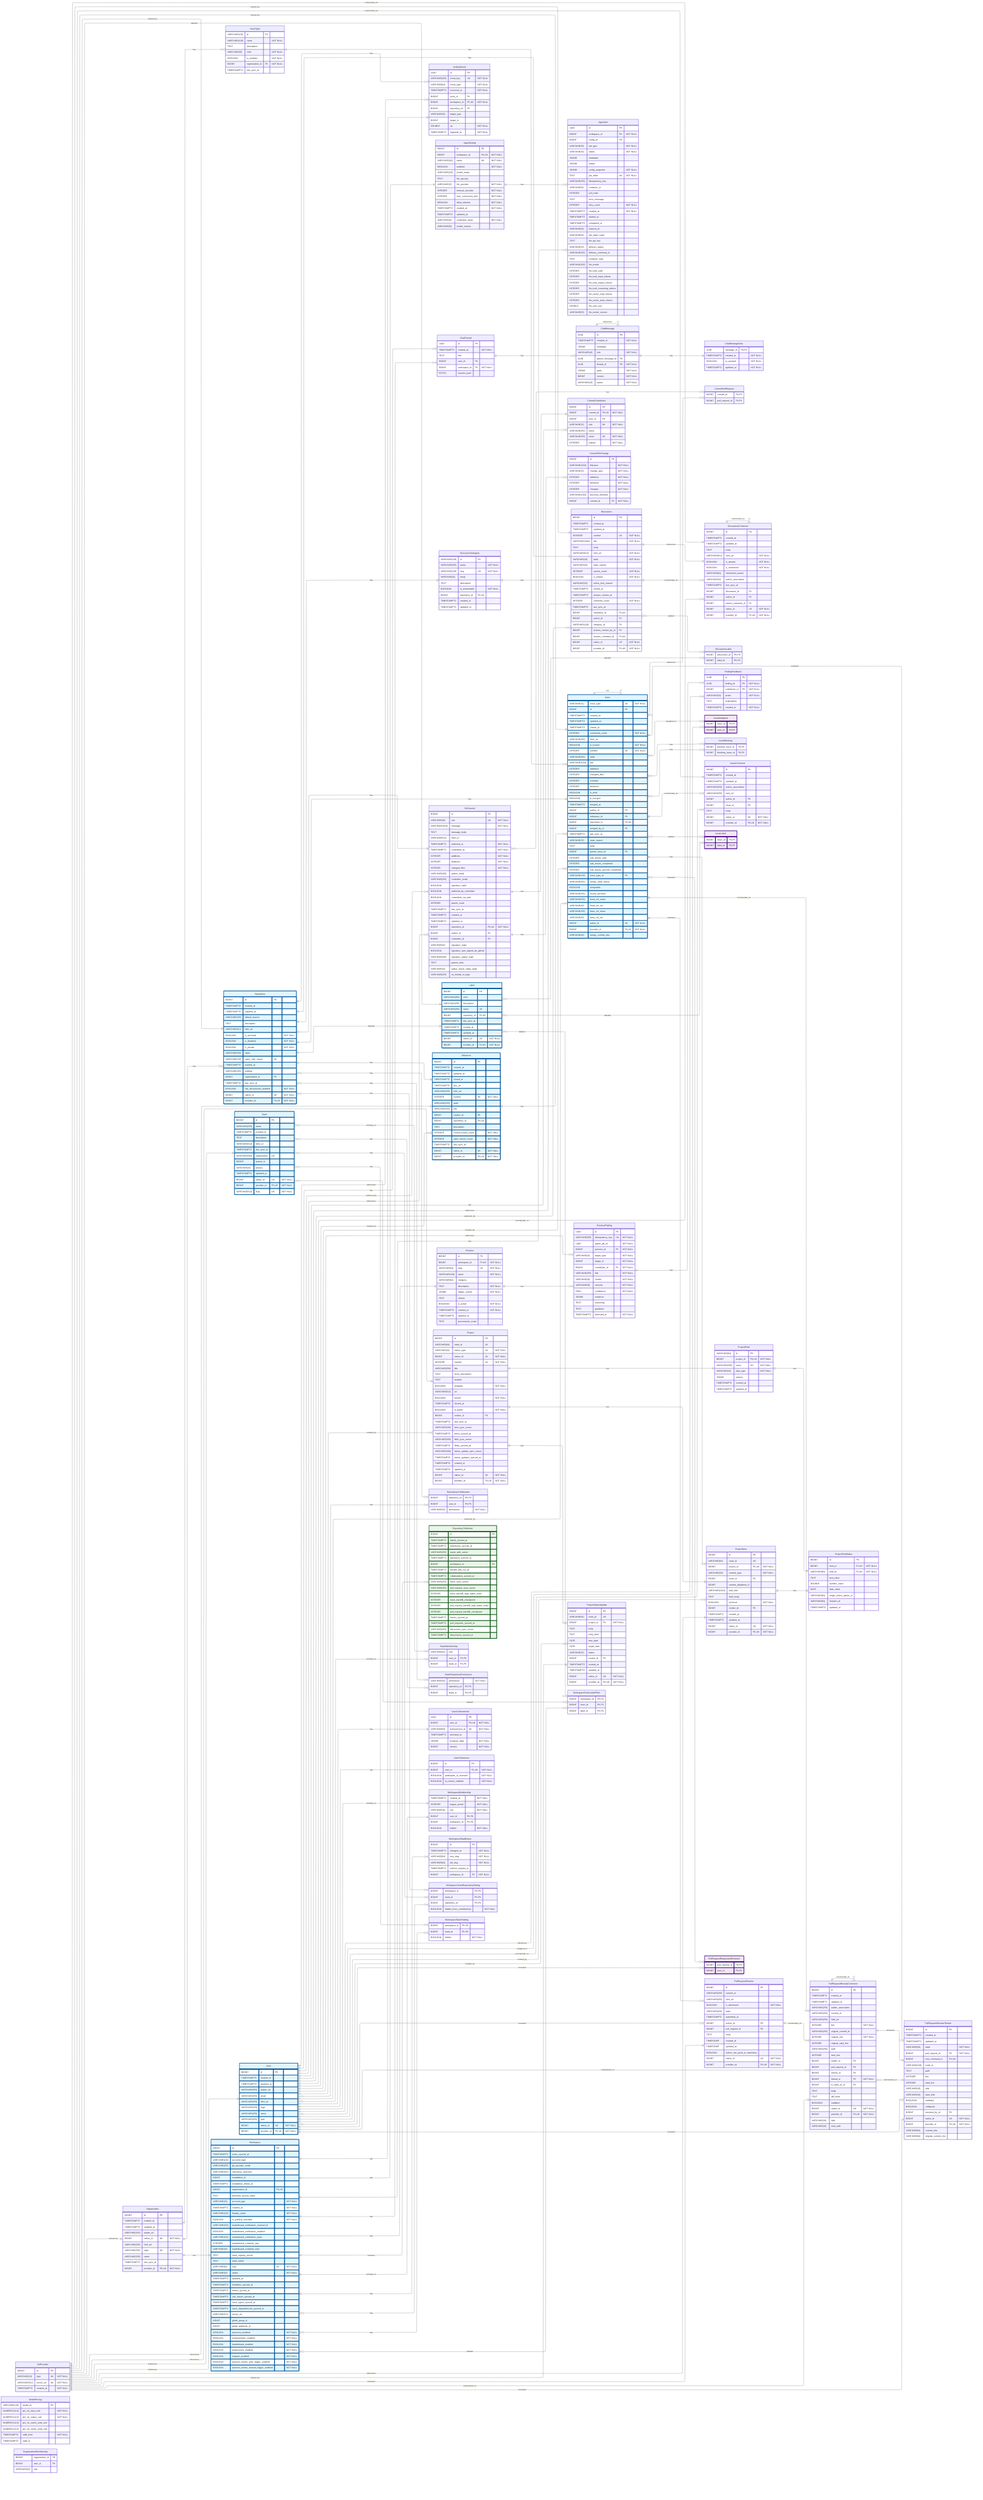
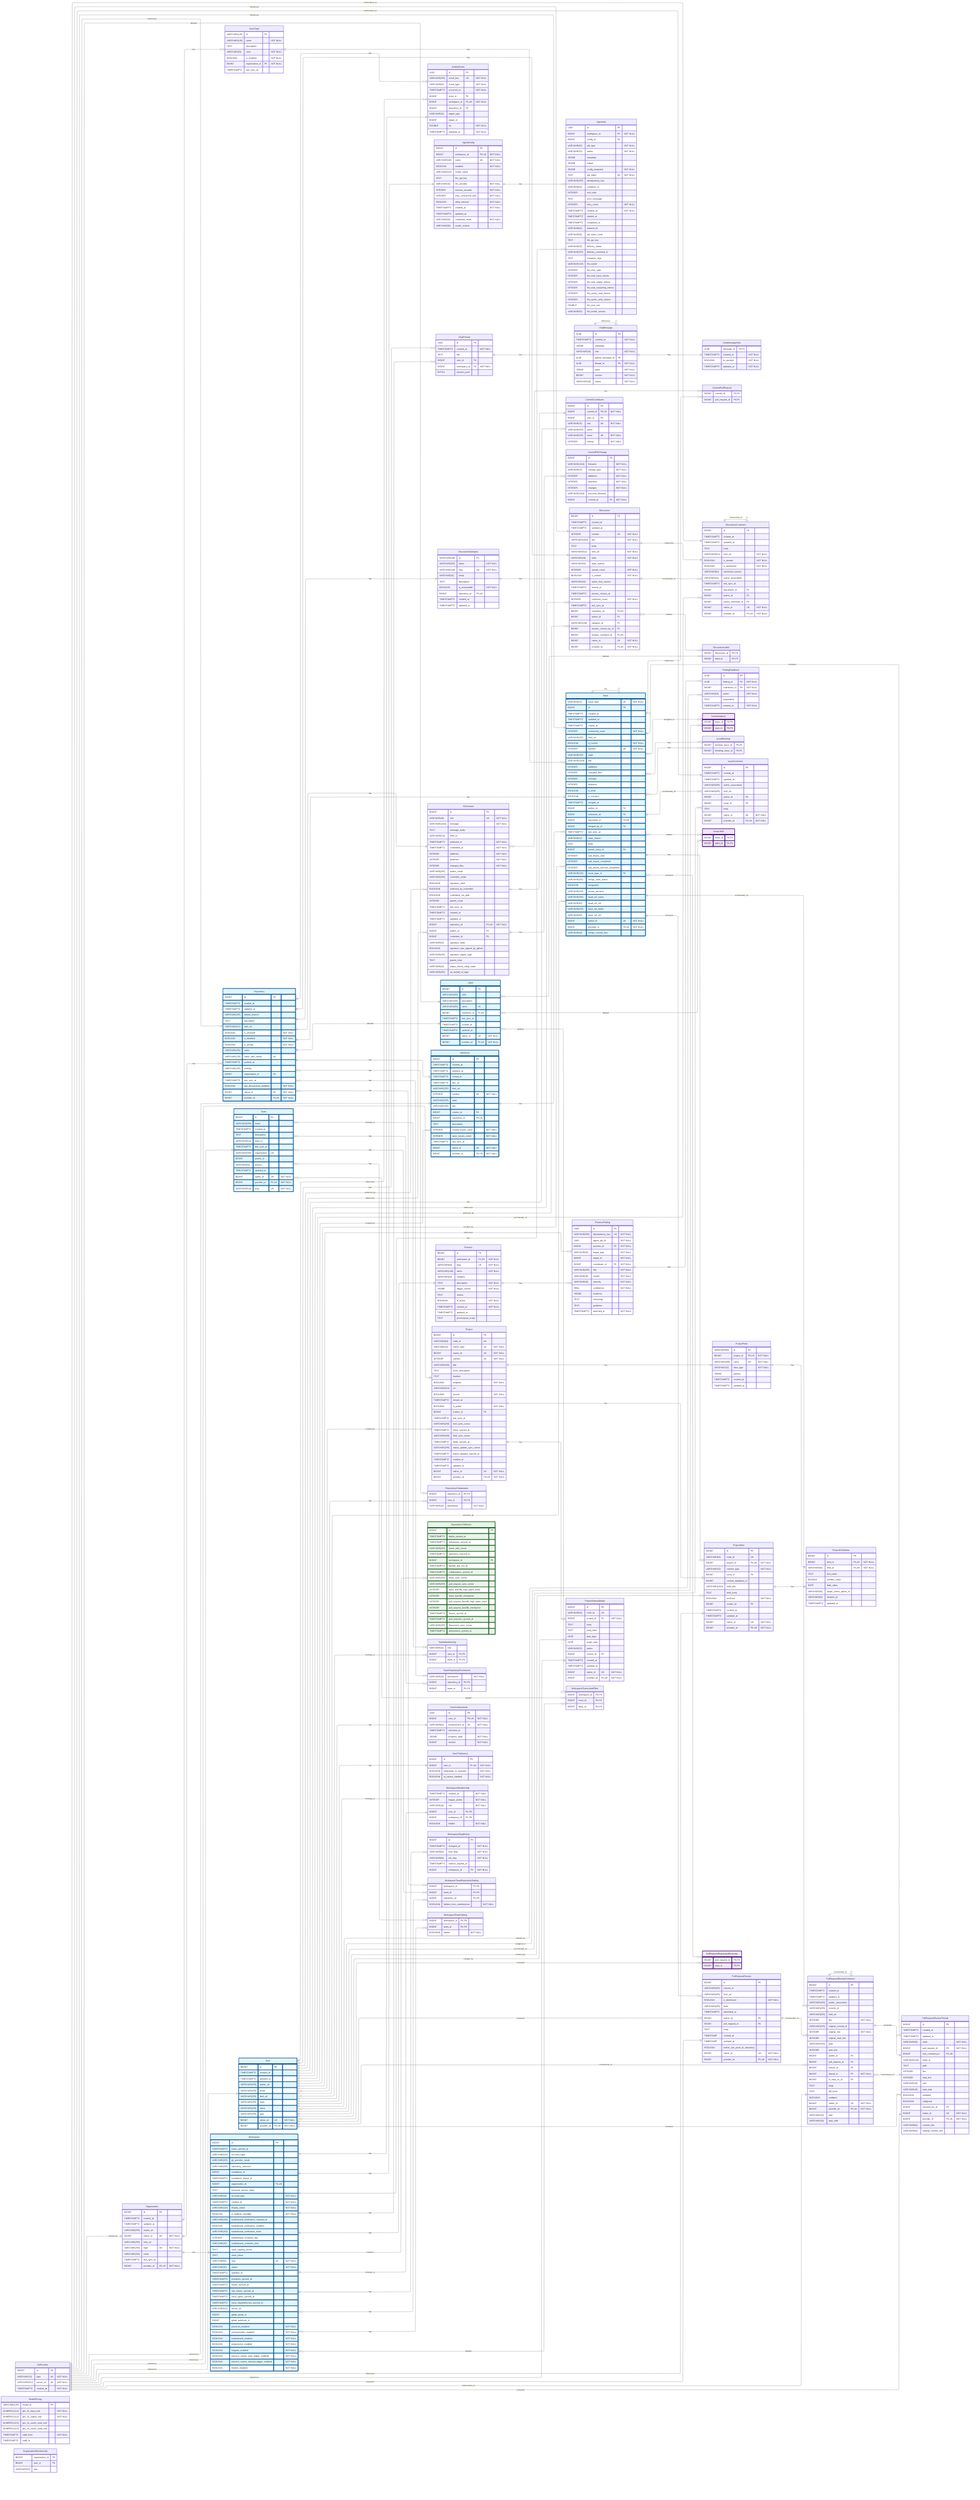
---
config:
    layout: elk
---
erDiagram
    %% Generated automatically from PostgreSQL database schema
    %% using scripts/generate-mermaid-erd.ts
    %% To regenerate: npm run db:generate-erd-docs

    direction LR

    ActivityEvent {
        UUID id PK
        VARCHAR(255) event_key UK "NOT NULL"
        VARCHAR(64) event_type "NOT NULL"
        TIMESTAMPTZ occurred_at "NOT NULL"
        BIGINT actor_id FK
        BIGINT workspace_id FK,UK "NOT NULL"
        BIGINT repository_id FK
        VARCHAR(32) target_type
        BIGINT target_id
        DOUBLE xp "NOT NULL"
        TIMESTAMPTZ ingested_at "NOT NULL"
    }

    AgentConfig {
        BIGINT id PK
        BIGINT workspace_id FK,UK "NOT NULL"
        VARCHAR(100) name UK "NOT NULL"
        BOOLEAN enabled "NOT NULL"
        VARCHAR(128) model_name
        TEXT llm_api_key
        VARCHAR(32) llm_provider "NOT NULL"
        INTEGER timeout_seconds "NOT NULL"
        INTEGER max_concurrent_jobs "NOT NULL"
        BOOLEAN allow_internet "NOT NULL"
        TIMESTAMPTZ created_at "NOT NULL"
        TIMESTAMPTZ updated_at
        VARCHAR(16) credential_mode "NOT NULL"
        VARCHAR(50) model_version
    }

    AgentJob {
        UUID id PK
        BIGINT workspace_id FK "NOT NULL"
        BIGINT config_id FK
        VARCHAR(50) job_type "NOT NULL"
        VARCHAR(20) status "NOT NULL"
        JSONB metadata
        JSONB output
        JSONB config_snapshot "NOT NULL"
        TEXT job_token UK "NOT NULL"
        VARCHAR(255) idempotency_key
        VARCHAR(64) container_id
        INTEGER exit_code
        TEXT error_message
        INTEGER retry_count "NOT NULL"
        TIMESTAMPTZ created_at "NOT NULL"
        TIMESTAMPTZ started_at
        TIMESTAMPTZ completed_at
        VARCHAR(64) network_id
        VARCHAR(64) job_token_hash
        TEXT llm_api_key
        VARCHAR(20) delivery_status
        VARCHAR(255) delivery_comment_id
        TEXT container_logs
        VARCHAR(100) llm_model
        INTEGER llm_total_calls
        INTEGER llm_total_input_tokens
        INTEGER llm_total_output_tokens
        INTEGER llm_total_reasoning_tokens
        INTEGER llm_cache_read_tokens
        INTEGER llm_cache_write_tokens
        DOUBLE llm_cost_usd
        VARCHAR(50) llm_model_version
    }

    ChatMessage {
        UUID id PK
        TIMESTAMPTZ created_at "NOT NULL"
        JSONB metadata
        VARCHAR(16) role "NOT NULL"
        UUID parent_message_id FK
        UUID thread_id FK "NOT NULL"
        JSONB parts "NOT NULL"
        BIGINT version "NOT NULL"
        VARCHAR(16) status "NOT NULL"
    }

    ChatMessageVote {
        UUID message_id PK,FK
        TIMESTAMPTZ created_at "NOT NULL"
        BOOLEAN is_upvoted "NOT NULL"
        TIMESTAMPTZ updated_at "NOT NULL"
    }

    ChatThread {
        UUID id PK
        TIMESTAMPTZ created_at "NOT NULL"
        TEXT title
        BIGINT user_id FK
        BIGINT workspace_id FK "NOT NULL"
        BYTEA session_jsonl
    }

    CommitContributor {
        BIGINT id PK
        BIGINT commit_id FK,UK "NOT NULL"
        BIGINT user_id FK
        VARCHAR(32) role UK "NOT NULL"
        VARCHAR(255) name
        VARCHAR(255) email UK "NOT NULL"
        INTEGER ordinal "NOT NULL"
    }

    CommitFileChange {
        BIGINT id PK
        VARCHAR(1024) filename "NOT NULL"
        VARCHAR(32) change_type "NOT NULL"
        INTEGER additions "NOT NULL"
        INTEGER deletions "NOT NULL"
        INTEGER changes "NOT NULL"
        VARCHAR(1024) previous_filename
        BIGINT commit_id FK "NOT NULL"
    }

    CommitPullRequest {
        BIGINT commit_id PK,FK
        BIGINT pull_request_id PK,FK
    }

    Discussion {
        BIGINT id PK
        TIMESTAMPTZ created_at
        TIMESTAMPTZ updated_at
        INTEGER number UK "NOT NULL"
        VARCHAR(1024) title "NOT NULL"
        TEXT body
        VARCHAR(512) html_url "NOT NULL"
        VARCHAR(16) state "NOT NULL"
        VARCHAR(32) state_reason
        INTEGER upvote_count "NOT NULL"
        BOOLEAN is_locked "NOT NULL"
        VARCHAR(32) active_lock_reason
        TIMESTAMPTZ closed_at
        TIMESTAMPTZ answer_chosen_at
        INTEGER comment_count "NOT NULL"
        TIMESTAMPTZ last_sync_at
        BIGINT repository_id FK,UK
        BIGINT author_id FK
        VARCHAR(128) category_id FK
        BIGINT answer_chosen_by_id FK
        BIGINT answer_comment_id FK,UK
        BIGINT native_id UK "NOT NULL"
        BIGINT provider_id FK,UK "NOT NULL"
    }

    DiscussionCategory {
        VARCHAR(128) id PK
        VARCHAR(255) name "NOT NULL"
        VARCHAR(128) slug UK "NOT NULL"
        VARCHAR(32) emoji
        TEXT description
        BOOLEAN is_answerable "NOT NULL"
        BIGINT repository_id FK,UK
        TIMESTAMPTZ created_at
        TIMESTAMPTZ updated_at
    }

    DiscussionComment {
        BIGINT id PK
        TIMESTAMPTZ created_at
        TIMESTAMPTZ updated_at
        TEXT body
        VARCHAR(512) html_url "NOT NULL"
        BOOLEAN is_answer "NOT NULL"
        BOOLEAN is_minimized "NOT NULL"
        VARCHAR(64) minimized_reason
        VARCHAR(32) author_association
        TIMESTAMPTZ last_sync_at
        BIGINT discussion_id FK
        BIGINT author_id FK
        BIGINT parent_comment_id FK
        BIGINT native_id UK "NOT NULL"
        BIGINT provider_id FK,UK "NOT NULL"
    }

    DiscussionLabel {
        BIGINT discussion_id PK,FK
        BIGINT label_id PK,FK
    }

    FindingFeedback {
        UUID id PK
        UUID finding_id FK "NOT NULL"
        BIGINT contributor_id FK "NOT NULL"
        VARCHAR(16) action "NOT NULL"
        TEXT explanation
        TIMESTAMPTZ created_at "NOT NULL"
    }

    GitCommit {
        BIGINT id PK
        VARCHAR(40) sha UK "NOT NULL"
        VARCHAR(1024) message "NOT NULL"
        TEXT message_body
        VARCHAR(512) html_url
        TIMESTAMPTZ authored_at "NOT NULL"
        TIMESTAMPTZ committed_at "NOT NULL"
        INTEGER additions "NOT NULL"
        INTEGER deletions "NOT NULL"
        INTEGER changed_files "NOT NULL"
        VARCHAR(255) author_email
        VARCHAR(255) committer_email
        BOOLEAN signature_valid
        BOOLEAN authored_by_committer
        BOOLEAN committed_via_web
        INTEGER parent_count
        TIMESTAMPTZ last_sync_at
        TIMESTAMPTZ created_at
        TIMESTAMPTZ updated_at
        BIGINT repository_id FK,UK "NOT NULL"
        BIGINT author_id FK
        BIGINT committer_id FK
        VARCHAR(32) signature_state
        BOOLEAN signature_was_signed_by_github
        VARCHAR(255) signature_signer_login
        TEXT parent_shas
        VARCHAR(32) status_check_rollup_state
        VARCHAR(255) on_behalf_of_login
    }

    GitProvider {
        BIGINT id PK
        VARCHAR(10) type UK "NOT NULL"
        VARCHAR(512) server_url UK "NOT NULL"
        TIMESTAMPTZ created_at "NOT NULL"
    }

    Issue {
        VARCHAR(31) issue_type UK "NOT NULL"
        BIGINT id PK
        TIMESTAMPTZ created_at
        TIMESTAMPTZ updated_at
        TIMESTAMPTZ closed_at
        INTEGER comments_count "NOT NULL"
        VARCHAR(255) html_url
        BOOLEAN is_locked "NOT NULL"
        INTEGER number UK "NOT NULL"
        VARCHAR(255) state
        VARCHAR(1024) title
        INTEGER additions
        INTEGER changed_files
        INTEGER commits
        INTEGER deletions
        BOOLEAN is_draft
        BOOLEAN is_merged
        TIMESTAMPTZ merged_at
        BIGINT author_id FK
        BIGINT milestone_id FK
        BIGINT repository_id FK,UK
        BIGINT merged_by_id FK
        TIMESTAMPTZ last_sync_at
        VARCHAR(32) state_reason
        TEXT body
        BIGINT parent_issue_id FK
        INTEGER sub_issues_total
        INTEGER sub_issues_completed
        INTEGER sub_issues_percent_completed
        VARCHAR(128) issue_type_id FK
        VARCHAR(255) merge_state_status
        BOOLEAN mergeable
        VARCHAR(255) review_decision
        VARCHAR(255) head_ref_name
        VARCHAR(40) head_ref_oid
        VARCHAR(255) base_ref_name
        VARCHAR(40) base_ref_oid
        BIGINT native_id UK "NOT NULL"
        BIGINT provider_id FK,UK "NOT NULL"
        VARCHAR(40) merge_commit_sha
    }

    IssueAssignee {
        BIGINT issue_id PK,FK
        BIGINT user_id PK,FK
    }

    IssueBlocking {
        BIGINT blocked_issue_id PK,FK
        BIGINT blocking_issue_id PK,FK
    }

    IssueComment {
        BIGINT id PK
        TIMESTAMPTZ created_at
        TIMESTAMPTZ updated_at
        VARCHAR(255) author_association
        VARCHAR(255) html_url
        BIGINT author_id FK
        BIGINT issue_id FK
        TEXT body
        BIGINT native_id UK "NOT NULL"
        BIGINT provider_id FK,UK "NOT NULL"
    }

    IssueLabel {
        BIGINT issue_id PK,FK
        BIGINT label_id PK,FK
    }

    IssueType {
        VARCHAR(128) id PK
        VARCHAR(128) name "NOT NULL"
        TEXT description
        VARCHAR(20) color "NOT NULL"
        BOOLEAN is_enabled "NOT NULL"
        BIGINT organization_id FK "NOT NULL"
        TIMESTAMPTZ last_sync_at
    }

    Label {
        BIGINT id PK
        VARCHAR(255) color
        VARCHAR(255) description
        VARCHAR(255) name UK
        BIGINT repository_id FK,UK
        TIMESTAMPTZ last_sync_at
        TIMESTAMPTZ created_at
        TIMESTAMPTZ updated_at
        BIGINT native_id UK "NOT NULL"
        BIGINT provider_id FK,UK "NOT NULL"
    }

    Milestone {
        BIGINT id PK
        TIMESTAMPTZ created_at
        TIMESTAMPTZ updated_at
        TIMESTAMPTZ closed_at
        TIMESTAMPTZ due_on
        VARCHAR(255) html_url
        INTEGER number UK "NOT NULL"
        VARCHAR(255) state
        VARCHAR(255) title
        BIGINT creator_id FK
        BIGINT repository_id FK,UK
        TEXT description
        INTEGER closed_issues_count "NOT NULL"
        INTEGER open_issues_count "NOT NULL"
        TIMESTAMPTZ last_sync_at
        BIGINT native_id UK "NOT NULL"
        BIGINT provider_id FK,UK "NOT NULL"
    }

    ModelPricing {
        VARCHAR(128) model_id PK
        NUMERIC(12,6) per_1k_input_usd "NOT NULL"
        NUMERIC(12,6) per_1k_output_usd "NOT NULL"
        NUMERIC(12,6) per_1k_cache_read_usd
        NUMERIC(12,6) per_1k_cache_write_usd
        TIMESTAMPTZ valid_from "NOT NULL"
        TIMESTAMPTZ valid_to
    }

    Organization {
        BIGINT id PK
        TIMESTAMPTZ created_at
        TIMESTAMPTZ updated_at
        VARCHAR(255) avatar_url
        BIGINT native_id UK "NOT NULL"
        VARCHAR(255) html_url
        VARCHAR(255) login UK "NOT NULL"
        VARCHAR(255) name
        TIMESTAMPTZ last_sync_at
        BIGINT provider_id FK,UK "NOT NULL"
    }

    OrganizationMembership {
        BIGINT organization_id PK
        BIGINT user_id PK
        VARCHAR(32) role
    }

    Practice {
        BIGINT id PK
        BIGINT workspace_id FK,UK "NOT NULL"
        VARCHAR(64) slug UK "NOT NULL"
        VARCHAR(128) name "NOT NULL"
        VARCHAR(64) category
        TEXT description "NOT NULL"
        JSONB trigger_events "NOT NULL"
        TEXT criteria
        BOOLEAN is_active "NOT NULL"
        TIMESTAMPTZ created_at "NOT NULL"
        TIMESTAMPTZ updated_at
        TEXT precompute_script
    }

    PracticeFinding {
        UUID id PK
        VARCHAR(255) idempotency_key UK "NOT NULL"
        UUID agent_job_id "NOT NULL"
        BIGINT practice_id FK "NOT NULL"
        VARCHAR(32) target_type "NOT NULL"
        BIGINT target_id "NOT NULL"
        BIGINT contributor_id FK "NOT NULL"
        VARCHAR(255) title "NOT NULL"
        VARCHAR(16) verdict "NOT NULL"
        VARCHAR(16) severity "NOT NULL"
        REAL confidence "NOT NULL"
        JSONB evidence
        TEXT reasoning
        TEXT guidance
        TIMESTAMPTZ detected_at "NOT NULL"
    }

    Project {
        BIGINT id PK
        VARCHAR(64) node_id UK
        VARCHAR(32) owner_type UK "NOT NULL"
        BIGINT owner_id UK "NOT NULL"
        INTEGER number UK "NOT NULL"
        VARCHAR(256) title
        TEXT short_description
        TEXT readme
        BOOLEAN template "NOT NULL"
        VARCHAR(512) url
        BOOLEAN closed "NOT NULL"
        TIMESTAMPTZ closed_at
        BOOLEAN is_public "NOT NULL"
        BIGINT creator_id FK
        TIMESTAMPTZ last_sync_at
        VARCHAR(256) item_sync_cursor
        TIMESTAMPTZ items_synced_at
        VARCHAR(256) field_sync_cursor
        TIMESTAMPTZ fields_synced_at
        VARCHAR(256) status_update_sync_cursor
        TIMESTAMPTZ status_updates_synced_at
        TIMESTAMPTZ created_at
        TIMESTAMPTZ updated_at
        BIGINT native_id UK "NOT NULL"
        BIGINT provider_id FK,UK "NOT NULL"
    }

    ProjectField {
        VARCHAR(64) id PK
        BIGINT project_id FK,UK "NOT NULL"
        VARCHAR(256) name UK "NOT NULL"
        VARCHAR(32) data_type "NOT NULL"
        JSONB options
        TIMESTAMPTZ created_at
        TIMESTAMPTZ updated_at
    }

    ProjectFieldValue {
        BIGINT id PK
        BIGINT item_id FK,UK "NOT NULL"
        VARCHAR(64) field_id FK,UK "NOT NULL"
        TEXT text_value
        DOUBLE number_value
        DATE date_value
        VARCHAR(64) single_select_option_id
        VARCHAR(64) iteration_id
        TIMESTAMPTZ updated_at
    }

    ProjectItem {
        BIGINT id PK
        VARCHAR(64) node_id UK
        BIGINT project_id FK,UK "NOT NULL"
        VARCHAR(32) content_type "NOT NULL"
        BIGINT issue_id FK
        BIGINT content_database_id
        VARCHAR(1024) draft_title
        TEXT draft_body
        BOOLEAN archived "NOT NULL"
        BIGINT creator_id FK
        TIMESTAMPTZ created_at
        TIMESTAMPTZ updated_at
        BIGINT native_id UK "NOT NULL"
        BIGINT provider_id FK,UK "NOT NULL"
    }

    ProjectStatusUpdate {
        BIGINT id PK
        VARCHAR(64) node_id UK
        BIGINT project_id FK "NOT NULL"
        TEXT body
        TEXT body_html
        DATE start_date
        DATE target_date
        VARCHAR(32) status
        BIGINT creator_id FK
        TIMESTAMPTZ created_at
        TIMESTAMPTZ updated_at
        BIGINT native_id UK "NOT NULL"
        BIGINT provider_id FK,UK "NOT NULL"
    }

    PullRequestRequestedReviewer {
        BIGINT pull_request_id PK,FK
        BIGINT user_id PK,FK
    }

    PullRequestReview {
        BIGINT id PK
        VARCHAR(255) commit_id
        VARCHAR(255) html_url
        BOOLEAN is_dismissed "NOT NULL"
        VARCHAR(255) state
        TIMESTAMPTZ submitted_at
        BIGINT author_id FK
        BIGINT pull_request_id FK
        TEXT body
        TIMESTAMP created_at
        TIMESTAMP updated_at
        BOOLEAN author_can_push_to_repository
        BIGINT native_id UK "NOT NULL"
        BIGINT provider_id FK,UK "NOT NULL"
    }

    PullRequestReviewComment {
        BIGINT id PK
        TIMESTAMPTZ created_at
        TIMESTAMPTZ updated_at
        VARCHAR(255) author_association
        VARCHAR(255) commit_id
        VARCHAR(255) html_url
        INTEGER line "NOT NULL"
        VARCHAR(255) original_commit_id
        INTEGER original_line "NOT NULL"
        INTEGER original_start_line
        VARCHAR(255) path
        INTEGER start_line
        BIGINT author_id FK
        BIGINT pull_request_id FK
        BIGINT review_id FK
        BIGINT thread_id FK "NOT NULL"
        BIGINT in_reply_to_id FK
        TEXT body
        TEXT diff_hunk
        BOOLEAN outdated
        BIGINT native_id UK "NOT NULL"
        BIGINT provider_id FK,UK "NOT NULL"
        VARCHAR(16) side
        VARCHAR(16) start_side
    }

    PullRequestReviewThread {
        BIGINT id PK
        TIMESTAMPTZ created_at
        TIMESTAMPTZ updated_at
        VARCHAR(20) state "NOT NULL"
        BIGINT pull_request_id FK "NOT NULL"
        BIGINT root_comment_id FK,UK
        VARCHAR(128) node_id
        TEXT path
        INTEGER line
        INTEGER start_line
        VARCHAR(16) side
        VARCHAR(16) start_side
        BOOLEAN outdated
        BOOLEAN collapsed
        BIGINT resolved_by_id FK
        BIGINT native_id UK "NOT NULL"
        BIGINT provider_id FK,UK "NOT NULL"
        VARCHAR(64) commit_sha
        VARCHAR(64) original_commit_sha
    }

    Repository {
        BIGINT id PK
        TIMESTAMPTZ created_at
        TIMESTAMPTZ updated_at
        VARCHAR(255) default_branch
        TEXT description
        VARCHAR(512) html_url
        BOOLEAN is_archived "NOT NULL"
        BOOLEAN is_disabled "NOT NULL"
        BOOLEAN is_private "NOT NULL"
        VARCHAR(255) name
        VARCHAR(150) name_with_owner UK
        TIMESTAMPTZ pushed_at
        VARCHAR(255) visibility
        BIGINT organization_id FK
        TIMESTAMPTZ last_sync_at
        BOOLEAN has_discussions_enabled "NOT NULL"
        BIGINT native_id UK "NOT NULL"
        BIGINT provider_id FK,UK "NOT NULL"
    }

    RepositoryCollaborator {
        BIGINT repository_id PK,FK
        BIGINT user_id PK,FK
        VARCHAR(32) permission "NOT NULL"
    }

    RepositoryToMonitor {
        BIGINT id PK
        TIMESTAMPTZ labels_synced_at
        TIMESTAMPTZ milestones_synced_at
        VARCHAR(255) name_with_owner
        TIMESTAMPTZ repository_synced_at
        BIGINT workspace_id FK
        TIMESTAMPTZ backfill_last_run_at
        TIMESTAMPTZ collaborators_synced_at
        VARCHAR(255) issue_sync_cursor
        VARCHAR(255) pull_request_sync_cursor
        INTEGER issue_backfill_high_water_mark
        INTEGER issue_backfill_checkpoint
        INTEGER pull_request_backfill_high_water_mark
        INTEGER pull_request_backfill_checkpoint
        TIMESTAMPTZ issues_synced_at
        TIMESTAMPTZ pull_requests_synced_at
        VARCHAR(255) discussion_sync_cursor
        TIMESTAMPTZ discussions_synced_at
    }

    Team {
        BIGINT id PK
        VARCHAR(255) name
        TIMESTAMPTZ created_at
        TEXT description
        VARCHAR(512) html_url
        TIMESTAMPTZ last_sync_at
        VARCHAR(255) organization UK
        BIGINT parent_id
        VARCHAR(32) privacy
        TIMESTAMPTZ updated_at
        BIGINT native_id UK "NOT NULL"
        BIGINT provider_id FK,UK "NOT NULL"
        VARCHAR(512) slug UK "NOT NULL"
    }

    TeamMembership {
        VARCHAR(32) role
        BIGINT user_id PK,FK
        BIGINT team_id PK,FK
    }

    TeamRepositoryPermission {
        VARCHAR(32) permission "NOT NULL"
        BIGINT repository_id PK,FK
        BIGINT team_id PK,FK
    }

    User {
        BIGINT id PK
        TIMESTAMPTZ created_at
        TIMESTAMPTZ updated_at
        VARCHAR(255) avatar_url
        VARCHAR(255) email
        VARCHAR(255) html_url
        VARCHAR(255) login
        VARCHAR(255) name
        VARCHAR(255) type
        BIGINT native_id UK "NOT NULL"
        BIGINT provider_id FK,UK "NOT NULL"
    }

    UserAchievement {
        UUID id PK
        BIGINT user_id FK,UK "NOT NULL"
        VARCHAR(64) achievement_id UK "NOT NULL"
        TIMESTAMPTZ unlocked_at
        JSONB progress_data "NOT NULL"
        BIGINT version "NOT NULL"
    }

    UserPreference {
        BIGINT id PK
        BIGINT user_id FK,UK "NOT NULL"
        BOOLEAN participate_in_research "NOT NULL"
        BOOLEAN ai_review_enabled "NOT NULL"
    }

    Workspace {
        BIGINT id PK
        TIMESTAMPTZ users_synced_at
        VARCHAR(120) account_login
        VARCHAR(255) git_provider_mode
        VARCHAR(255) repository_selection
        BIGINT installation_id
        TIMESTAMPTZ installation_linked_at
        BIGINT organization_id FK,UK
        TEXT personal_access_token
        VARCHAR(10) account_type "NOT NULL"
        TIMESTAMPTZ created_at "NOT NULL"
        VARCHAR(120) display_name "NOT NULL"
        BOOLEAN is_publicly_viewable "NOT NULL"
        VARCHAR(100) leaderboard_notification_channel_id
        BOOLEAN leaderboard_notification_enabled
        VARCHAR(100) leaderboard_notification_team
        INTEGER leaderboard_schedule_day
        VARCHAR(10) leaderboard_schedule_time
        TEXT slack_signing_secret
        TEXT slack_token
        VARCHAR(64) slug UK "NOT NULL"
        VARCHAR(20) status "NOT NULL"
        TIMESTAMPTZ updated_at
        TIMESTAMPTZ members_synced_at
        TIMESTAMPTZ teams_synced_at
        TIMESTAMPTZ sub_issues_synced_at
        TIMESTAMPTZ issue_types_synced_at
        TIMESTAMPTZ issue_dependencies_synced_at
        VARCHAR(512) server_url
        BIGINT gitlab_group_id
        BIGINT gitlab_webhook_id
        BOOLEAN practices_enabled "NOT NULL"
        BOOLEAN achievements_enabled "NOT NULL"
        BOOLEAN leaderboard_enabled "NOT NULL"
        BOOLEAN progression_enabled "NOT NULL"
        BOOLEAN leagues_enabled "NOT NULL"
        BOOLEAN practice_review_auto_trigger_enabled "NOT NULL"
        BOOLEAN practice_review_manual_trigger_enabled "NOT NULL"
+         BOOLEAN mentor_enabled "NOT NULL"
    }

    WorkspaceMembership {
        TIMESTAMPTZ created_at "NOT NULL"
        INTEGER league_points "NOT NULL"
        VARCHAR(16) role "NOT NULL"
        BIGINT user_id PK,FK
        BIGINT workspace_id PK,FK
        BOOLEAN hidden "NOT NULL"
    }

    WorkspaceSlugHistory {
        BIGINT id PK
        TIMESTAMPTZ changed_at "NOT NULL"
        VARCHAR(64) new_slug "NOT NULL"
        VARCHAR(64) old_slug "NOT NULL"
        TIMESTAMPTZ redirect_expires_at
        BIGINT workspace_id FK "NOT NULL"
    }

    WorkspaceTeamLabelFilter {
        BIGINT workspace_id PK,FK
        BIGINT team_id PK,FK
        BIGINT label_id PK,FK
    }

    WorkspaceTeamRepositorySetting {
        BIGINT workspace_id PK,FK
        BIGINT team_id PK,FK
        BIGINT repository_id PK,FK
        BOOLEAN hidden_from_contributions "NOT NULL"
    }

    WorkspaceTeamSetting {
        BIGINT workspace_id PK,FK
        BIGINT team_id PK,FK
        BOOLEAN hidden "NOT NULL"
    }

    %% Relationships
    %% One-to-One relationships
    Workspace ||--|| ActivityEvent : has
    Workspace ||--|| AgentConfig : has
    ChatMessage ||--|| ChatMessageVote : has
    GitCommit ||--|| CommitContributor : has
    DiscussionComment ||--|| Discussion : references
    GitProvider ||--|| Discussion : references
    Repository ||--|| Discussion : has
    Repository ||--|| DiscussionCategory : has
    GitProvider ||--|| DiscussionComment : commented_on
    Repository ||--|| GitCommit : has
    GitProvider ||--|| Issue : references
    Repository ||--|| Issue : has
    GitProvider ||--|| IssueComment : commented_on
    GitProvider ||--|| Label : labeled
    Repository ||--|| Label : labeled
    GitProvider ||--|| Milestone : references
    Repository ||--|| Milestone : has
    GitProvider ||--|| Organization : references
    Workspace ||--|| Practice : has
    GitProvider ||--|| Project : references
    Project ||--|| ProjectField : has
    ProjectField ||--|| ProjectFieldValue : has
    ProjectItem ||--|| ProjectFieldValue : has
    Project ||--|| ProjectItem : has
    GitProvider ||--|| ProjectItem : references
    GitProvider ||--|| ProjectStatusUpdate : references
    GitProvider ||--|| PullRequestReview : reviewed
    GitProvider ||--|| PullRequestReviewComment : commented_on
    GitProvider ||--|| PullRequestReviewThread : reviewed
    PullRequestReviewComment ||--|| PullRequestReviewThread : reviewed
    GitProvider ||--|| Repository : references
    GitProvider ||--|| Team : references
    GitProvider ||--|| User : references
    User ||--|| UserAchievement : has
    User ||--|| UserPreference : has
    Organization ||--|| Workspace : has
    User ||--|| WorkspaceMembership : belongs_to
    Workspace ||--|| WorkspaceMembership : belongs_to

    %% One-to-Many relationships
    User ||--o{ ActivityEvent : references
    Repository ||--o{ ActivityEvent : has
    AgentConfig ||--o{ AgentJob : has
    Workspace ||--o{ AgentJob : has
    ChatMessage ||--o{ ChatMessage : references
    ChatThread ||--o{ ChatMessage : has
    User ||--o{ ChatThread : has
    Workspace ||--o{ ChatThread : has
    User ||--o{ CommitContributor : has
    GitCommit ||--o{ CommitFileChange : has
    User ||--o{ Discussion : references
    User ||--o{ Discussion : authored_by
    DiscussionCategory ||--o{ Discussion : has
    User ||--o{ DiscussionComment : commented_on
    Discussion ||--o{ DiscussionComment : commented_on
    DiscussionComment ||--o{ DiscussionComment : commented_on
    User ||--o{ FindingFeedback : references
    PracticeFinding ||--o{ FindingFeedback : has
    User ||--o{ GitCommit : authored_by
    User ||--o{ GitCommit : references
    User ||--o{ Issue : authored_by
    IssueType ||--o{ Issue : has
    User ||--o{ Issue : merged_by
    Milestone ||--o{ Issue : has
    Issue ||--o{ Issue : has
    User ||--o{ IssueComment : commented_on
    Issue ||--o{ IssueComment : commented_on
    Organization ||--o{ IssueType : has
    User ||--o{ Milestone : created_by
    User ||--o{ PracticeFinding : references
    Practice ||--o{ PracticeFinding : has
    User ||--o{ Project : created_by
    User ||--o{ ProjectItem : created_by
    Issue ||--o{ ProjectItem : has
    User ||--o{ ProjectStatusUpdate : created_by
    Project ||--o{ ProjectStatusUpdate : has
    User ||--o{ PullRequestReview : reviewed
    Issue ||--o{ PullRequestReview : reviewed
    User ||--o{ PullRequestReviewComment : commented_on
    PullRequestReviewComment ||--o{ PullRequestReviewComment : commented_on
    Issue ||--o{ PullRequestReviewComment : commented_on
    PullRequestReview ||--o{ PullRequestReviewComment : commented_on
    PullRequestReviewThread ||--o{ PullRequestReviewComment : commented_on
    Issue ||--o{ PullRequestReviewThread : reviewed
    User ||--o{ PullRequestReviewThread : reviewed
    Organization ||--o{ Repository : has
    Workspace ||--o{ RepositoryToMonitor : monitors
    Workspace ||--o{ WorkspaceSlugHistory : has

    %% Many-to-Many relationships
    GitCommit }o--o{ CommitPullRequest : has
    Issue }o--o{ CommitPullRequest : references
    Discussion }o--o{ DiscussionLabel : labeled
    Label }o--o{ DiscussionLabel : labeled
    Issue }o--o{ IssueAssignee : assigned_to
    User }o--o{ IssueAssignee : assigned_to
    Issue }o--o{ IssueBlocking : has
    Issue }o--o{ IssueBlocking : has
    Issue }o--o{ IssueLabel : labeled
    Label }o--o{ IssueLabel : labeled
    Issue }o--o{ PullRequestRequestedReviewer : reviewed
    User }o--o{ PullRequestRequestedReviewer : reviewed
    Repository }o--o{ RepositoryCollaborator : has
    User }o--o{ RepositoryCollaborator : has
    Team }o--o{ TeamMembership : belongs_to
    User }o--o{ TeamMembership : belongs_to
    Repository }o--o{ TeamRepositoryPermission : has
    Team }o--o{ TeamRepositoryPermission : has
    Label }o--o{ WorkspaceTeamLabelFilter : labeled
    Team }o--o{ WorkspaceTeamLabelFilter : labeled
    Workspace }o--o{ WorkspaceTeamLabelFilter : labeled
    Repository }o--o{ WorkspaceTeamRepositorySetting : has
    Team }o--o{ WorkspaceTeamRepositorySetting : has
    Workspace }o--o{ WorkspaceTeamRepositorySetting : has
    Team }o--o{ WorkspaceTeamSetting : has
    Workspace }o--o{ WorkspaceTeamSetting : has

    %% Styling
    classDef primaryEntity fill:#e1f5fe,stroke:#01579b,stroke-width:2px
    classDef associationEntity fill:#f3e5f5,stroke:#4a148c,stroke-width:2px
    classDef metadataEntity fill:#e8f5e8,stroke:#1b5e20,stroke-width:2px

    class Issue primaryEntity
    class IssueAssignee associationEntity
    class IssueLabel associationEntity
    class Label primaryEntity
    class Milestone primaryEntity
    class PullRequestRequestedReviewer associationEntity
    class Repository primaryEntity
    class RepositoryToMonitor metadataEntity
    class Team primaryEntity
    class User primaryEntity
    class Workspace primaryEntity
